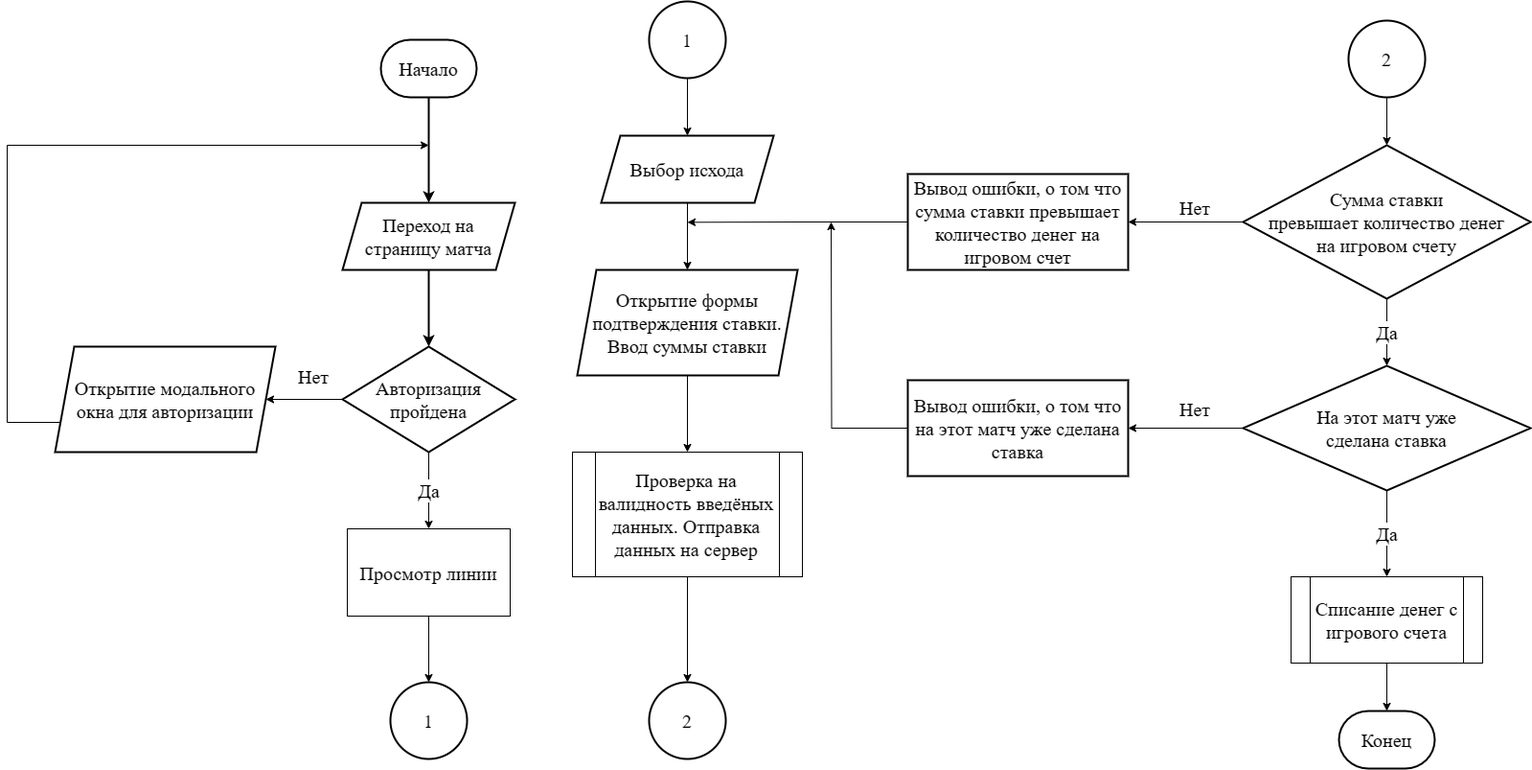
This is algoritm.drawio.png from jk2911/diplom, a draw.io export, as it was before one commit. Source tidied: cells renumbered, new cells last; positions are measured from the earlier drawing's top-left corner, leaving out a move shared by most shapes.
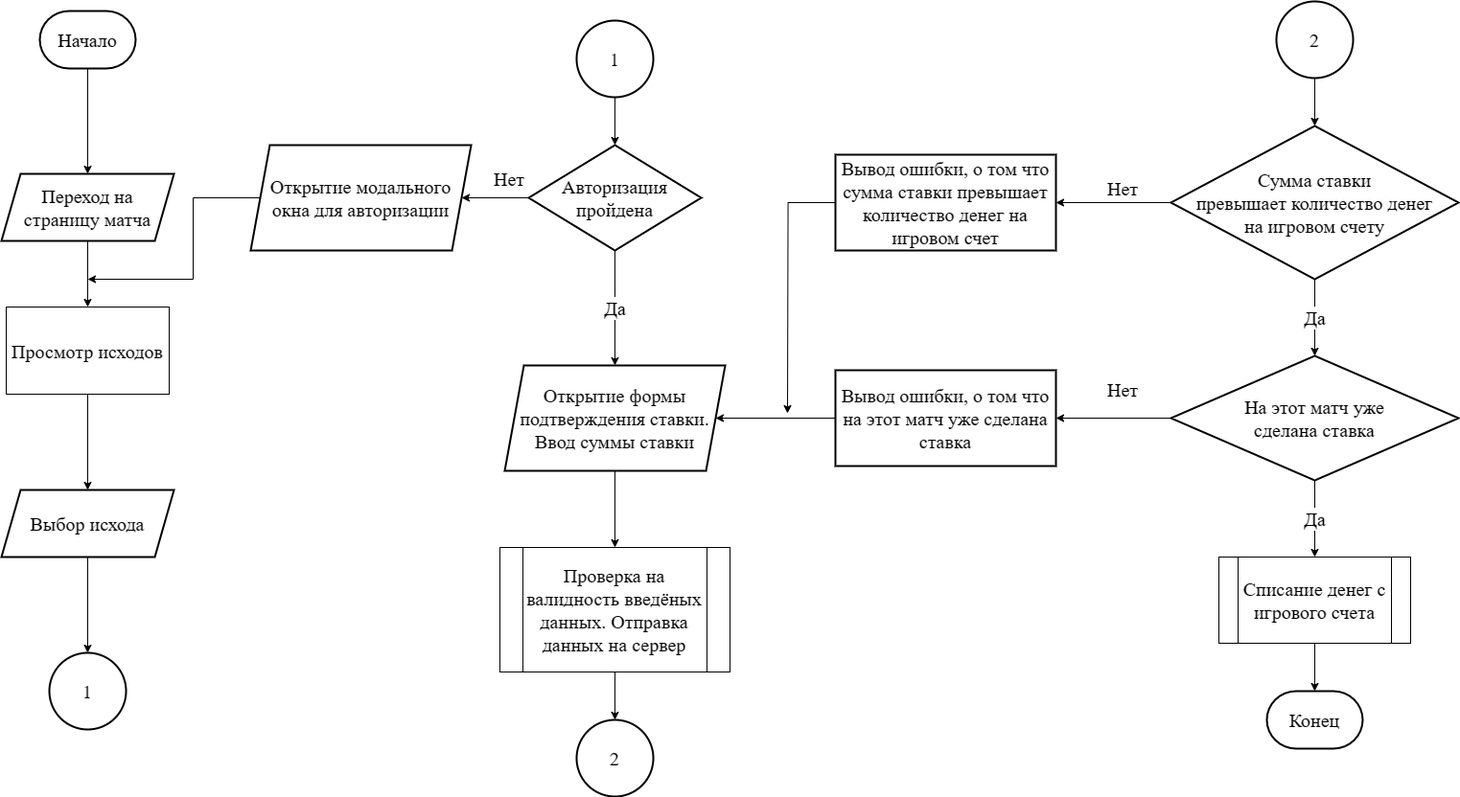
Above is the later version.

Diff of the diagram source:
```diff
@@ -2,59 +2,59 @@
   <root>
     <mxCell id="0" />
     <mxCell id="1" parent="0" />
-    <mxCell id="2" style="edgeStyle=orthogonalEdgeStyle;rounded=0;jettySize=auto;html=1;exitX=0.5;exitY=1;exitDx=0;exitDy=0;exitPerimeter=0;entryX=0.5;entryY=0;entryDx=0;entryDy=0;fontFamily=Times New Roman;fontSize=20;strokeWidth=2;" parent="1" edge="1" source="3" target="8">
+    <mxCell id="2" style="edgeStyle=orthogonalEdgeStyle;rounded=0;jettySize=auto;html=1;exitX=0.5;exitY=1;exitDx=0;exitDy=0;exitPerimeter=0;entryX=0.5;entryY=0;entryDx=0;entryDy=0;" parent="1" edge="1" source="3" target="8">
       <mxGeometry relative="1" as="geometry" />
     </mxCell>
     <mxCell id="3" value="&lt;font style=&quot;font-size: 20px;&quot;&gt;Начало&lt;/font&gt;" style="strokeWidth=2;html=1;shape=mxgraph.flowchart.terminator;whiteSpace=wrap;fontSize=20;fontFamily=Times New Roman;" parent="1" vertex="1">
-      <mxGeometry x="390" y="40" width="100" height="60" as="geometry" />
+      <mxGeometry x="110" y="20" width="100" height="60" as="geometry" />
     </mxCell>
+    <mxCell id="5" value="Да" style="edgeStyle=orthogonalEdgeStyle;rounded=0;jettySize=auto;html=1;exitX=0.5;exitY=1;exitDx=0;exitDy=0;exitPerimeter=0;entryX=0.5;entryY=0;entryDx=0;entryDy=0;fontFamily=Times New Roman;fontSize=20;" parent="1" edge="1" source="6" target="15">
+      <mxGeometry relative="1" as="geometry" />
+    </mxCell>
-    <mxCell id="4" style="edgeStyle=orthogonalEdgeStyle;rounded=0;jettySize=auto;html=1;exitX=0;exitY=0.5;exitDx=0;exitDy=0;exitPerimeter=0;entryX=1;entryY=0.5;entryDx=0;entryDy=0;fontFamily=Times New Roman;fontSize=20;" parent="1" edge="1" source="6" target="17">
+    <mxCell id="4" style="edgeStyle=orthogonalEdgeStyle;rounded=0;jettySize=auto;html=1;exitX=0;exitY=0.5;exitDx=0;exitDy=0;exitPerimeter=0;entryX=1;entryY=0.5;entryDx=0;entryDy=0;" parent="1" edge="1" source="6" target="17">
       <mxGeometry relative="1" as="geometry" />
     </mxCell>
-    <mxCell id="5" value="Да" style="edgeStyle=orthogonalEdgeStyle;rounded=0;jettySize=auto;html=1;exitX=0.5;exitY=1;exitDx=0;exitDy=0;exitPerimeter=0;entryX=0.5;entryY=0;entryDx=0;entryDy=0;fontFamily=Times New Roman;fontSize=20;" parent="1" edge="1" source="6" target="33">
-      <mxGeometry relative="1" as="geometry" />
-    </mxCell>
     <mxCell id="6" value="&lt;font style=&quot;font-size: 20px;&quot;&gt;Авторизация пройдена&lt;/font&gt;" style="strokeWidth=2;html=1;shape=mxgraph.flowchart.decision;whiteSpace=wrap;fontFamily=Times New Roman;fontSize=20;" parent="1" vertex="1">
-      <mxGeometry x="350" y="360" width="180" height="110" as="geometry" />
+      <mxGeometry x="620" y="160" width="180" height="110" as="geometry" />
     </mxCell>
-    <mxCell id="7" style="edgeStyle=orthogonalEdgeStyle;rounded=0;jettySize=auto;html=1;exitX=0.5;exitY=1;exitDx=0;exitDy=0;fontFamily=Times New Roman;fontSize=20;strokeWidth=2;" parent="1" edge="1" source="8" target="6">
-      <mxGeometry relative="1" as="geometry" />
-    </mxCell>
+    <mxCell id="41" style="edgeStyle=orthogonalEdgeStyle;rounded=0;jettySize=auto;html=1;exitX=0.5;exitY=1;exitDx=0;exitDy=0;entryX=0.5;entryY=0;entryDx=0;entryDy=0;" parent="1" edge="1" source="8" target="33">
+      <mxGeometry relative="1" as="geometry" />
+    </mxCell>
     <mxCell id="8" value="&lt;font style=&quot;font-size: 20px;&quot;&gt;Переход на страницу матча&lt;/font&gt;" style="shape=parallelogram;perimeter=parallelogramPerimeter;whiteSpace=wrap;html=1;fixedSize=1;fontFamily=Times New Roman;strokeWidth=2;fontSize=20;" parent="1" vertex="1">
-      <mxGeometry x="350" y="210" width="180" height="70" as="geometry" />
+      <mxGeometry x="70" y="190" width="180" height="70" as="geometry" />
     </mxCell>
-    <mxCell id="9" style="edgeStyle=orthogonalEdgeStyle;rounded=0;jettySize=auto;html=1;exitX=0.5;exitY=1;exitDx=0;exitDy=0;entryX=0.5;entryY=0;entryDx=0;entryDy=0;" parent="1" edge="1" source="10" target="15">
-      <mxGeometry relative="1" as="geometry" />
-    </mxCell>
+    <mxCell id="42" style="edgeStyle=orthogonalEdgeStyle;rounded=0;jettySize=auto;html=1;exitX=0.5;exitY=1;exitDx=0;exitDy=0;entryX=0.5;entryY=0;entryDx=0;entryDy=0;" parent="1" edge="1" source="10" target="11">
+      <mxGeometry relative="1" as="geometry" />
+    </mxCell>
     <mxCell id="10" value="&lt;font style=&quot;font-size: 20px;&quot;&gt;Выбор исхода&lt;/font&gt;" style="shape=parallelogram;perimeter=parallelogramPerimeter;whiteSpace=wrap;html=1;fixedSize=1;fontFamily=Times New Roman;strokeWidth=2;fontSize=20;" parent="1" vertex="1">
-      <mxGeometry x="620" y="140" width="180" height="70" as="geometry" />
+      <mxGeometry x="70" y="520" width="180" height="70" as="geometry" />
     </mxCell>
     <mxCell id="11" value="1" style="ellipse;whiteSpace=wrap;html=1;fontFamily=Times New Roman;fontSize=20;strokeWidth=2;" parent="1" vertex="1">
-      <mxGeometry x="400" y="710" width="80" height="80" as="geometry" />
+      <mxGeometry x="120" y="690" width="80" height="80" as="geometry" />
     </mxCell>
-    <mxCell id="12" style="edgeStyle=orthogonalEdgeStyle;rounded=0;jettySize=auto;html=1;exitX=0.5;exitY=1;exitDx=0;exitDy=0;entryX=0.5;entryY=0;entryDx=0;entryDy=0;" parent="1" edge="1" source="13" target="10">
-      <mxGeometry relative="1" as="geometry" />
-    </mxCell>
+    <mxCell id="43" style="edgeStyle=orthogonalEdgeStyle;rounded=0;jettySize=auto;html=1;exitX=0.5;exitY=1;exitDx=0;exitDy=0;entryX=0.5;entryY=0;entryDx=0;entryDy=0;entryPerimeter=0;" parent="1" edge="1" source="13" target="6">
+      <mxGeometry relative="1" as="geometry" />
+    </mxCell>
     <mxCell id="13" value="1" style="ellipse;whiteSpace=wrap;html=1;fontFamily=Times New Roman;fontSize=20;strokeWidth=2;" parent="1" vertex="1">
-      <mxGeometry x="670" width="80" height="80" as="geometry" />
+      <mxGeometry x="670" y="30" width="80" height="80" as="geometry" />
     </mxCell>
     <mxCell id="14" style="edgeStyle=orthogonalEdgeStyle;rounded=0;jettySize=auto;html=1;exitX=0.5;exitY=1;exitDx=0;exitDy=0;entryX=0.5;entryY=0;entryDx=0;entryDy=0;" parent="1" edge="1" source="15" target="31">
       <mxGeometry relative="1" as="geometry" />
     </mxCell>
     <mxCell id="15" value="&lt;font style=&quot;font-size: 20px;&quot;&gt;Открытие формы подтверждения ставки. Ввод суммы ставки&lt;/font&gt;" style="shape=parallelogram;perimeter=parallelogramPerimeter;whiteSpace=wrap;html=1;fixedSize=1;fontFamily=Times New Roman;strokeWidth=2;fontSize=20;" parent="1" vertex="1">
-      <mxGeometry x="595" y="280" width="230" height="110" as="geometry" />
+      <mxGeometry x="595" y="390" width="230" height="110" as="geometry" />
     </mxCell>
-    <mxCell id="16" style="edgeStyle=orthogonalEdgeStyle;rounded=0;jettySize=auto;html=1;exitX=0;exitY=0.5;exitDx=0;exitDy=0;fontFamily=Times New Roman;fontSize=20;" parent="1" edge="1" source="17">
-      <mxGeometry relative="1" as="geometry">
-        <mxPoint x="440" y="150" as="targetPoint" />
-        <Array as="points">
-          <mxPoint y="439" />
-          <mxPoint y="150" />
-        </Array>
-      </mxGeometry>
-    </mxCell>
+    <mxCell id="44" style="edgeStyle=orthogonalEdgeStyle;rounded=0;jettySize=auto;html=1;exitX=0;exitY=0.5;exitDx=0;exitDy=0;" parent="1" edge="1" source="17">
+      <mxGeometry relative="1" as="geometry">
+        <mxPoint x="160" y="300" as="targetPoint" />
+        <Array as="points">
+          <mxPoint x="270" y="215" />
+          <mxPoint x="270" y="300" />
+        </Array>
+      </mxGeometry>
+    </mxCell>
     <mxCell id="17" value="&lt;font style=&quot;font-size: 20px;&quot;&gt;Открытие модального окна для авторизации&lt;/font&gt;" style="shape=parallelogram;perimeter=parallelogramPerimeter;whiteSpace=wrap;html=1;fixedSize=1;fontFamily=Times New Roman;strokeWidth=2;fontSize=20;" parent="1" vertex="1">
-      <mxGeometry x="50" y="360" width="230" height="110" as="geometry" />
+      <mxGeometry x="330" y="160" width="230" height="110" as="geometry" />
     </mxCell>
     <mxCell id="18" value="Да" style="edgeStyle=orthogonalEdgeStyle;rounded=0;jettySize=auto;html=1;exitX=0.5;exitY=1;exitDx=0;exitDy=0;exitPerimeter=0;entryX=0.5;entryY=0;entryDx=0;entryDy=0;entryPerimeter=0;fontFamily=Times New Roman;fontSize=20;" parent="1" edge="1" source="20" target="23">
       <mxGeometry relative="1" as="geometry" />
@@ -63,7 +63,7 @@
       <mxGeometry relative="1" as="geometry" />
     </mxCell>
     <mxCell id="20" value="Сумма ставки &lt;br style=&quot;font-size: 20px;&quot;&gt;превышает количество денег &lt;br style=&quot;font-size: 20px;&quot;&gt;на игровом счету" style="strokeWidth=2;html=1;shape=mxgraph.flowchart.decision;whiteSpace=wrap;fontFamily=Times New Roman;fontSize=20;" parent="1" vertex="1">
-      <mxGeometry x="1290" y="150" width="300" height="160" as="geometry" />
+      <mxGeometry x="1290" y="140" width="300" height="160" as="geometry" />
     </mxCell>
     <mxCell id="21" value="Да" style="edgeStyle=orthogonalEdgeStyle;rounded=0;jettySize=auto;html=1;exitX=0.5;exitY=1;exitDx=0;exitDy=0;exitPerimeter=0;entryX=0.5;entryY=0;entryDx=0;entryDy=0;fontFamily=Times New Roman;fontSize=20;" parent="1" edge="1" source="23" target="38">
       <mxGeometry relative="1" as="geometry" />
@@ -75,24 +75,19 @@
       <mxGeometry x="1290" y="380" width="300" height="130" as="geometry" />
     </mxCell>
     <mxCell id="24" value="&lt;font style=&quot;font-size: 20px;&quot;&gt;Конец&lt;/font&gt;" style="strokeWidth=2;html=1;shape=mxgraph.flowchart.terminator;whiteSpace=wrap;fontSize=20;fontFamily=Times New Roman;" parent="1" vertex="1">
-      <mxGeometry x="1390" y="740" width="100" height="60" as="geometry" />
+      <mxGeometry x="1390" y="730" width="100" height="60" as="geometry" />
     </mxCell>
-    <mxCell id="25" value="Нет" style="text;html=1;strokeColor=none;fillColor=none;align=center;verticalAlign=middle;whiteSpace=wrap;rounded=0;fontFamily=Times New Roman;fontSize=20;" parent="1" vertex="1">
-      <mxGeometry x="290" y="376" width="60" height="30" as="geometry" />
-    </mxCell>
-    <mxCell id="26" style="edgeStyle=orthogonalEdgeStyle;rounded=0;jettySize=auto;html=1;exitX=0;exitY=0.5;exitDx=0;exitDy=0;" parent="1" edge="1" source="27">
-      <mxGeometry relative="1" as="geometry">
-        <mxPoint x="710" y="230.3" as="targetPoint" />
-      </mxGeometry>
-    </mxCell>
+    <mxCell id="45" style="edgeStyle=orthogonalEdgeStyle;rounded=0;jettySize=auto;html=1;exitX=0;exitY=0.5;exitDx=0;exitDy=0;" parent="1" edge="1" source="27">
+      <mxGeometry relative="1" as="geometry">
+        <mxPoint x="890" y="440" as="targetPoint" />
+      </mxGeometry>
+    </mxCell>
     <mxCell id="27" value="Вывод ошибки, о том что сумма ставки превышает количество денег на игровом счет" style="rounded=0;whiteSpace=wrap;html=1;fontFamily=Times New Roman;fontSize=20;strokeWidth=2;" parent="1" vertex="1">
-      <mxGeometry x="940" y="180" width="230" height="100" as="geometry" />
+      <mxGeometry x="940" y="170" width="230" height="100" as="geometry" />
     </mxCell>
-    <mxCell id="28" style="edgeStyle=orthogonalEdgeStyle;rounded=0;jettySize=auto;html=1;exitX=0;exitY=0.5;exitDx=0;exitDy=0;" parent="1" edge="1" source="29">
-      <mxGeometry relative="1" as="geometry">
-        <mxPoint x="860" y="230" as="targetPoint" />
-      </mxGeometry>
-    </mxCell>
+    <mxCell id="46" style="edgeStyle=orthogonalEdgeStyle;rounded=0;jettySize=auto;html=1;exitX=0;exitY=0.5;exitDx=0;exitDy=0;entryX=1;entryY=0.5;entryDx=0;entryDy=0;" parent="1" edge="1" source="29" target="15">
+      <mxGeometry relative="1" as="geometry" />
+    </mxCell>
     <mxCell id="29" value="Вывод ошибки, о том что на этот матч уже сделана ставка" style="rounded=0;whiteSpace=wrap;html=1;fontFamily=Times New Roman;fontSize=20;strokeWidth=2;" parent="1" vertex="1">
       <mxGeometry x="940" y="395" width="230" height="100" as="geometry" />
     </mxCell>
@@ -100,34 +95,37 @@
       <mxGeometry relative="1" as="geometry" />
     </mxCell>
     <mxCell id="31" value="&lt;font style=&quot;font-size: 20px;&quot; face=&quot;Times New Roman&quot;&gt;Проверка на валидность введёных данных. Отправка данных на сервер&lt;/font&gt;" style="shape=process;whiteSpace=wrap;html=1;backgroundOutline=1;" parent="1" vertex="1">
-      <mxGeometry x="590" y="470" width="240" height="130" as="geometry" />
+      <mxGeometry x="590" y="580" width="240" height="130" as="geometry" />
     </mxCell>
-    <mxCell id="32" style="edgeStyle=orthogonalEdgeStyle;rounded=0;jettySize=auto;html=1;exitX=0.5;exitY=1;exitDx=0;exitDy=0;entryX=0.5;entryY=0;entryDx=0;entryDy=0;" parent="1" edge="1" source="33" target="11">
-      <mxGeometry relative="1" as="geometry" />
-    </mxCell>
+    <mxCell id="47" style="edgeStyle=orthogonalEdgeStyle;rounded=0;jettySize=auto;html=1;exitX=0.5;exitY=1;exitDx=0;exitDy=0;entryX=0.5;entryY=0;entryDx=0;entryDy=0;" parent="1" edge="1" source="33" target="10">
+      <mxGeometry relative="1" as="geometry" />
+    </mxCell>
-    <mxCell id="33" value="&lt;font style=&quot;font-size: 20px;&quot; face=&quot;Times New Roman&quot;&gt;Просмотр линии&lt;/font&gt;" style="rounded=0;whiteSpace=wrap;html=1;" parent="1" vertex="1">
-      <mxGeometry x="355" y="550" width="170" height="91" as="geometry" />
+    <mxCell id="33" value="&lt;font style=&quot;font-size: 20px;&quot; face=&quot;Times New Roman&quot;&gt;Просмотр исходов&lt;/font&gt;" style="rounded=0;whiteSpace=wrap;html=1;" parent="1" vertex="1">
+      <mxGeometry x="75" y="329" width="170" height="91" as="geometry" />
     </mxCell>
     <mxCell id="34" value="2" style="ellipse;whiteSpace=wrap;html=1;fontFamily=Times New Roman;fontSize=20;strokeWidth=2;" parent="1" vertex="1">
-      <mxGeometry x="670" y="710" width="80" height="80" as="geometry" />
+      <mxGeometry x="670" y="760" width="80" height="80" as="geometry" />
     </mxCell>
     <mxCell id="35" style="edgeStyle=orthogonalEdgeStyle;rounded=0;jettySize=auto;html=1;exitX=0.5;exitY=1;exitDx=0;exitDy=0;entryX=0.5;entryY=0;entryDx=0;entryDy=0;entryPerimeter=0;" parent="1" edge="1" source="36" target="20">
       <mxGeometry relative="1" as="geometry" />
     </mxCell>
     <mxCell id="36" value="2" style="ellipse;whiteSpace=wrap;html=1;fontFamily=Times New Roman;fontSize=20;strokeWidth=2;" parent="1" vertex="1">
-      <mxGeometry x="1400" y="20" width="80" height="80" as="geometry" />
+      <mxGeometry x="1400" y="10" width="80" height="80" as="geometry" />
     </mxCell>
     <mxCell id="37" style="edgeStyle=orthogonalEdgeStyle;rounded=0;jettySize=auto;html=1;exitX=0.5;exitY=1;exitDx=0;exitDy=0;entryX=0.5;entryY=0;entryDx=0;entryDy=0;entryPerimeter=0;" parent="1" edge="1" source="38" target="24">
       <mxGeometry relative="1" as="geometry" />
     </mxCell>
     <mxCell id="38" value="Списание денег с игрового счета" style="shape=process;whiteSpace=wrap;html=1;backgroundOutline=1;fontFamily=Times New Roman;fontSize=20;" parent="1" vertex="1">
-      <mxGeometry x="1340" y="600" width="200" height="90" as="geometry" />
+      <mxGeometry x="1340" y="590" width="200" height="90" as="geometry" />
     </mxCell>
     <mxCell id="39" value="Нет" style="text;html=1;strokeColor=none;fillColor=none;align=center;verticalAlign=middle;whiteSpace=wrap;rounded=0;fontFamily=Times New Roman;fontSize=20;" parent="1" vertex="1">
-      <mxGeometry x="1210" y="200" width="60" height="30" as="geometry" />
+      <mxGeometry x="1210" y="190" width="60" height="30" as="geometry" />
     </mxCell>
     <mxCell id="40" value="Нет" style="text;html=1;strokeColor=none;fillColor=none;align=center;verticalAlign=middle;whiteSpace=wrap;rounded=0;fontFamily=Times New Roman;fontSize=20;" parent="1" vertex="1">
-      <mxGeometry x="1210" y="410" width="60" height="30" as="geometry" />
+      <mxGeometry x="1210" y="400" width="60" height="30" as="geometry" />
     </mxCell>
+    <mxCell id="25" value="Нет" style="text;html=1;strokeColor=none;fillColor=none;align=center;verticalAlign=middle;whiteSpace=wrap;rounded=0;fontFamily=Times New Roman;fontSize=20;" parent="1" vertex="1">
+      <mxGeometry x="570" y="180" width="60" height="30" as="geometry" />
+    </mxCell>
   </root>
 </mxGraphModel>
```
